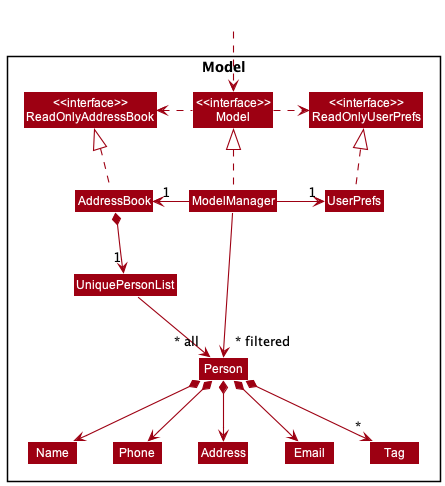
nus-cs2103-AY2223S1/tp keeps this PlantUML diagram as docs/images/ModelClassDiagram.png. Above is the earlier version.
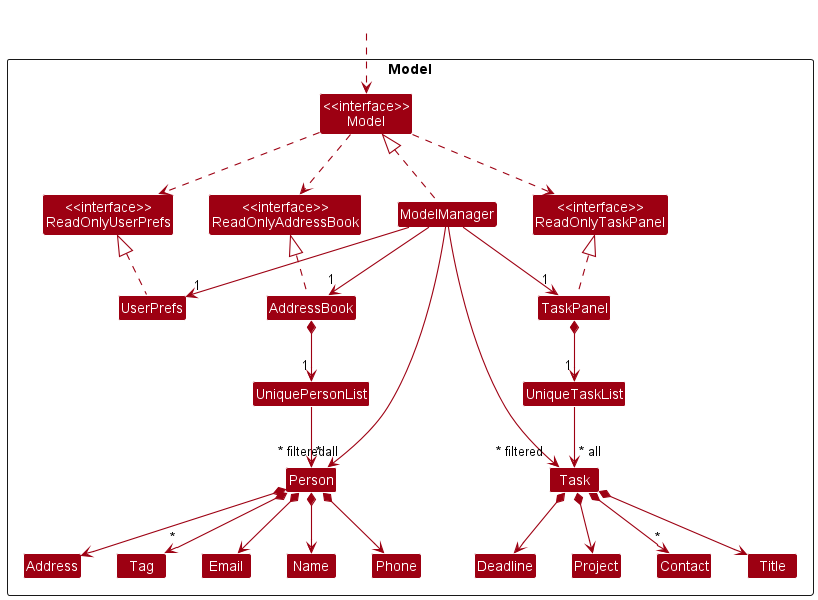
Above is the later version.

Commit message:
docs: update DG for project and assign task

Change to the diagram source:
```diff
@@ -1,50 +1,74 @@
 @startuml
+
 !include style.puml
 skinparam arrowThickness 1.1
 skinparam arrowColor MODEL_COLOR
 skinparam classBackgroundColor MODEL_COLOR
 
-Package Model <<Rectangle>>{
-Class "<<interface>>\nReadOnlyAddressBook" as ReadOnlyAddressBook
-Class "<<interface>>\nReadOnlyUserPrefs" as ReadOnlyUserPrefs
-Class "<<interface>>\nModel" as Model
-Class AddressBook
-Class ModelManager
-Class UserPrefs
+Package Model <<Rectangle>> {
+    Class "<<interface>>\nReadOnlyAddressBook" as ReadOnlyAddressBook
+    Class "<<interface>>\nReadOnlyUserPrefs" as ReadOnlyUserPrefs
+    Class "<<interface>>\nReadOnlyTaskPanel" as ReadOnlyTaskPanel
+    Class "<<interface>>\nModel" as Model
+    Class AddressBook
+    Class ModelManager
+    Class UserPrefs
+    Class TaskPanel
 
-Class UniquePersonList
-Class Person
-Class Address
-Class Email
-Class Name
-Class Phone
-Class Tag
+    Class UniquePersonList
+    Class Person
+    Class Address
+    Class Email
+    Class Name
+    Class Phone
+    Class Tag
+
+    Class UniqueTaskList
+    Class Task
+    Class Title
+    Class Deadline
+    Class Project
+    Class Contact
 
 }
 
 Class HiddenOutside #FFFFFF
 HiddenOutside ..> Model
 
+ModelManager .up.|> Model
+Model ..> ReadOnlyAddressBook
+Model ..> ReadOnlyTaskPanel
+Model ..> ReadOnlyUserPrefs
+ModelManager --> "1" AddressBook
+ModelManager --> "1" UserPrefs
+ModelManager --> "1" TaskPanel
+
 AddressBook .up.|> ReadOnlyAddressBook
-
-ModelManager .up.|> Model
-Model .right.> ReadOnlyUserPrefs
-Model .left.> ReadOnlyAddressBook
-ModelManager -left-> "1" AddressBook
-ModelManager -right-> "1" UserPrefs
+TaskPanel .up.|> ReadOnlyTaskPanel
 UserPrefs .up.|> ReadOnlyUserPrefs
 
 AddressBook *--> "1" UniquePersonList
 UniquePersonList --> "~* all" Person
+
 Person *--> Name
 Person *--> Phone
 Person *--> Email
 Person *--> Address
 Person *--> "*" Tag
 
-Name -[hidden]right-> Phone
-Phone -[hidden]right-> Address
-Address -[hidden]right-> Email
+TaskPanel *--> "1" UniqueTaskList
+UniqueTaskList --> "~* all" Task
+Task *--> Title
+Task *--> Deadline
+Task *--> Project
+Task *--> "*" Contact
 
 ModelManager -->"~* filtered" Person
+ModelManager -->"~* filtered" Task
+
+Task -[hidden]left-> Person
+Phone -[hidden]left-> Phone
+Address -[hidden]left-> Phone
+Email -[hidden]right-> Tag
+
 @enduml
```
